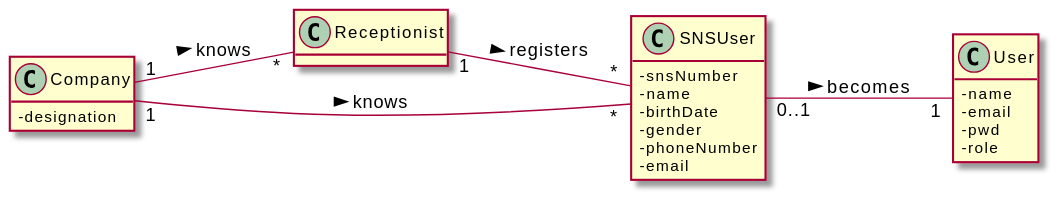
This is docs/SprintB/US03/DM/US03_DM.svg from miseEnPlace-i/lapr2, a PlantUML export, as it was before one commit.
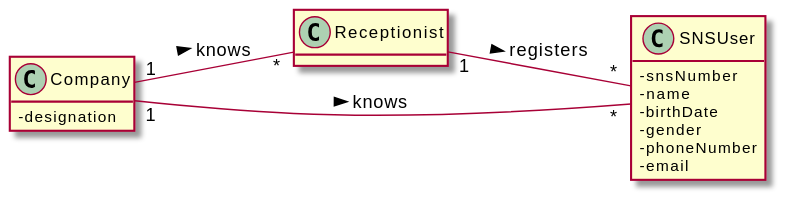
Later version of the same file.

What changed in the source:
```diff
@@ -3,8 +3,7 @@
 left to right direction
 skinparam classAttributeIconSize 0
 
-class Receptionist {
-}
+class Receptionist { }
 
 class SNSUser {
   - snsNumber
@@ -19,16 +18,9 @@
   - designation
 }
 
-class User {
-  - name
-  - email
-  - pwd
-  - role
-}
 
 Receptionist "1" -- "*" SNSUser : registers >
 Company "1" -- "*" Receptionist : knows >
 Company "1" -- "*" SNSUser : knows >
-SNSUser "0..1" -- "1" User : becomes >
 
 @enduml
```
